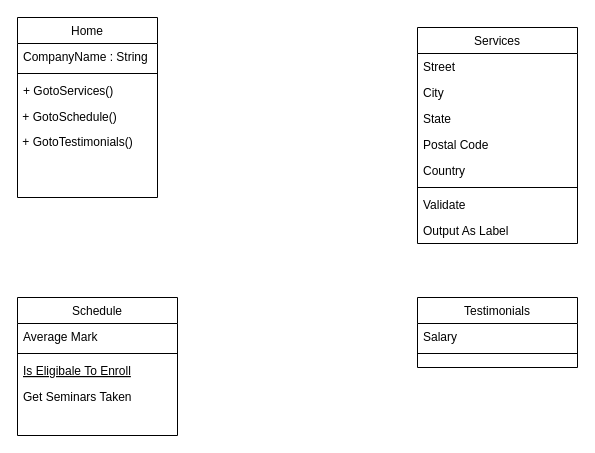
The draw.io diagram ClassDiagram.drawio in PrinceSousuke/RyansWebsiteProject, before the edit. Source tidied: cells renumbered, new cells numbered last; positions are measured from the earlier drawing's top-left corner, leaving out a move shared by most shapes. Both pictures are drawn from the tidied source at 100%, with x=0, y=0 at pixel (17, 17).
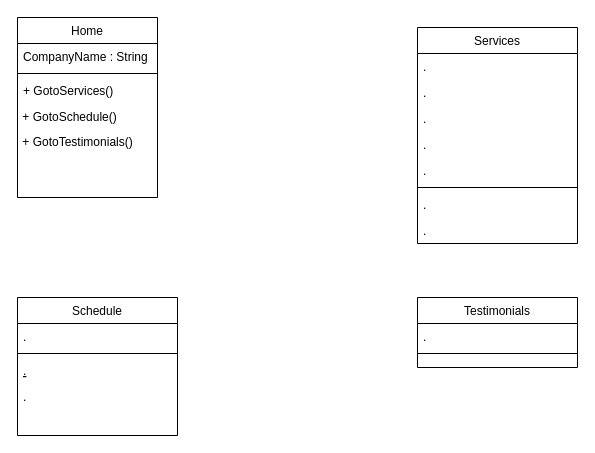
Above is the later version.

Unchanged cells that the change refers to:
```xml
<mxCell id="8" value="Schedule" style="swimlane;fontStyle=0;align=center;verticalAlign=top;horizontal=1;startSize=26;rounded=0;shadow=0;strokeWidth=1;" parent="1" vertex="1">
  <mxGeometry y="280" width="160" height="138" as="geometry" />
</mxCell>
<mxCell id="13" value="Testimonials" style="swimlane;fontStyle=0;align=center;verticalAlign=top;horizontal=1;startSize=26;rounded=0;shadow=0;strokeWidth=1;" parent="1" vertex="1">
  <mxGeometry x="400" y="280" width="160" height="70" as="geometry" />
</mxCell>
<mxCell id="16" value="Services" style="swimlane;fontStyle=0;align=center;verticalAlign=top;horizontal=1;startSize=26;rounded=0;shadow=0;strokeWidth=1;" parent="1" vertex="1">
  <mxGeometry x="400" y="10" width="160" height="216" as="geometry" />
</mxCell>
```

What changed in the source:
```diff
@@
-    <mxCell id="9" value="Average Mark" style="text;align=left;verticalAlign=top;spacingLeft=4;spacingRight=4;overflow=hidden;rounded=0;shadow=0;html=0;" parent="8" vertex="1">
+    <mxCell id="9" value="." style="text;align=left;verticalAlign=top;spacingLeft=4;spacingRight=4;overflow=hidden;rounded=0;shadow=0;html=0;" parent="8" vertex="1">
       <mxGeometry y="26" width="160" height="26" as="geometry" />
     </mxCell>
@@
-    <mxCell id="11" value="Is Eligibale To Enroll" style="text;align=left;verticalAlign=top;spacingLeft=4;spacingRight=4;overflow=hidden;fontStyle=4;" parent="8" vertex="1">
+    <mxCell id="11" value="." style="text;align=left;verticalAlign=top;spacingLeft=4;spacingRight=4;overflow=hidden;fontStyle=4;" parent="8" vertex="1">
       <mxGeometry y="60" width="160" height="26" as="geometry" />
     </mxCell>
-    <mxCell id="12" value="Get Seminars Taken" style="text;align=left;verticalAlign=top;spacingLeft=4;spacingRight=4;overflow=hidden;" parent="8" vertex="1">
+    <mxCell id="12" value="." style="text;align=left;verticalAlign=top;spacingLeft=4;spacingRight=4;overflow=hidden;" parent="8" vertex="1">
       <mxGeometry y="86" width="160" height="26" as="geometry" />
     </mxCell>
@@
-    <mxCell id="14" value="Salary" style="text;align=left;verticalAlign=top;spacingLeft=4;spacingRight=4;overflow=hidden;" parent="13" vertex="1">
+    <mxCell id="14" value="." style="text;align=left;verticalAlign=top;spacingLeft=4;spacingRight=4;overflow=hidden;" parent="13" vertex="1">
       <mxGeometry y="26" width="160" height="26" as="geometry" />
     </mxCell>
@@
-    <mxCell id="17" value="Street" style="text;align=left;verticalAlign=top;spacingLeft=4;spacingRight=4;overflow=hidden;" parent="16" vertex="1">
+    <mxCell id="17" value="." style="text;align=left;verticalAlign=top;spacingLeft=4;spacingRight=4;overflow=hidden;" parent="16" vertex="1">
       <mxGeometry y="26" width="160" height="26" as="geometry" />
     </mxCell>
-    <mxCell id="18" value="City" style="text;align=left;verticalAlign=top;spacingLeft=4;spacingRight=4;overflow=hidden;rounded=0;shadow=0;html=0;" parent="16" vertex="1">
+    <mxCell id="18" value="." style="text;align=left;verticalAlign=top;spacingLeft=4;spacingRight=4;overflow=hidden;rounded=0;shadow=0;html=0;" parent="16" vertex="1">
       <mxGeometry y="52" width="160" height="26" as="geometry" />
     </mxCell>
-    <mxCell id="19" value="State" style="text;align=left;verticalAlign=top;spacingLeft=4;spacingRight=4;overflow=hidden;rounded=0;shadow=0;html=0;" parent="16" vertex="1">
+    <mxCell id="19" value="." style="text;align=left;verticalAlign=top;spacingLeft=4;spacingRight=4;overflow=hidden;rounded=0;shadow=0;html=0;" parent="16" vertex="1">
       <mxGeometry y="78" width="160" height="26" as="geometry" />
     </mxCell>
-    <mxCell id="20" value="Postal Code" style="text;align=left;verticalAlign=top;spacingLeft=4;spacingRight=4;overflow=hidden;rounded=0;shadow=0;html=0;" parent="16" vertex="1">
+    <mxCell id="20" value="." style="text;align=left;verticalAlign=top;spacingLeft=4;spacingRight=4;overflow=hidden;rounded=0;shadow=0;html=0;" parent="16" vertex="1">
       <mxGeometry y="104" width="160" height="26" as="geometry" />
     </mxCell>
-    <mxCell id="21" value="Country" style="text;align=left;verticalAlign=top;spacingLeft=4;spacingRight=4;overflow=hidden;rounded=0;shadow=0;html=0;" parent="16" vertex="1">
+    <mxCell id="21" value="." style="text;align=left;verticalAlign=top;spacingLeft=4;spacingRight=4;overflow=hidden;rounded=0;shadow=0;html=0;" parent="16" vertex="1">
       <mxGeometry y="130" width="160" height="26" as="geometry" />
     </mxCell>
@@
-    <mxCell id="23" value="Validate" style="text;align=left;verticalAlign=top;spacingLeft=4;spacingRight=4;overflow=hidden;" parent="16" vertex="1">
+    <mxCell id="23" value="." style="text;align=left;verticalAlign=top;spacingLeft=4;spacingRight=4;overflow=hidden;" parent="16" vertex="1">
       <mxGeometry y="164" width="160" height="26" as="geometry" />
     </mxCell>
-    <mxCell id="24" value="Output As Label" style="text;align=left;verticalAlign=top;spacingLeft=4;spacingRight=4;overflow=hidden;" parent="16" vertex="1">
+    <mxCell id="24" value="." style="text;align=left;verticalAlign=top;spacingLeft=4;spacingRight=4;overflow=hidden;" parent="16" vertex="1">
       <mxGeometry y="190" width="160" height="26" as="geometry" />
     </mxCell>
```
